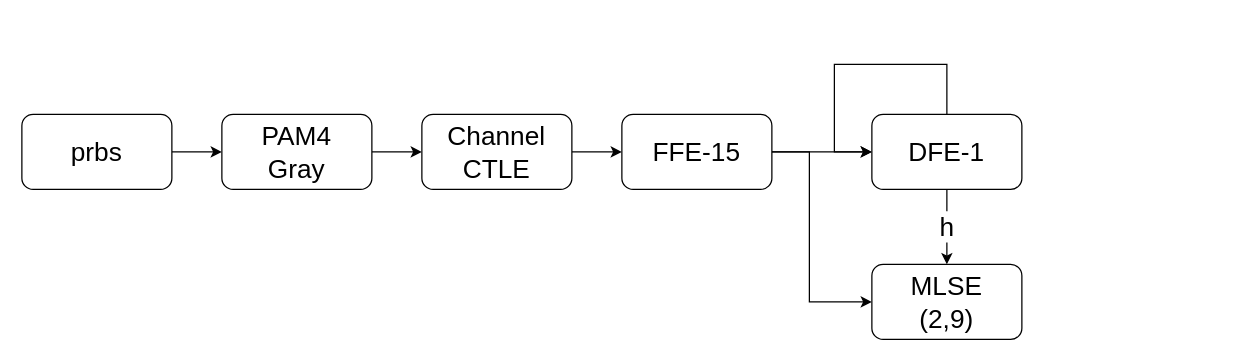
This is MLSE.drawio from jingshuig/matlab-for-pp, a draw.io file, before an edit. Source tidied: cells renumbered, new cells numbered last; positions are measured from the earlier drawing's top-left corner, leaving out a move shared by most shapes. Both pictures are drawn from the tidied source at 125%, with x=0, y=0 at pixel (21, 64).
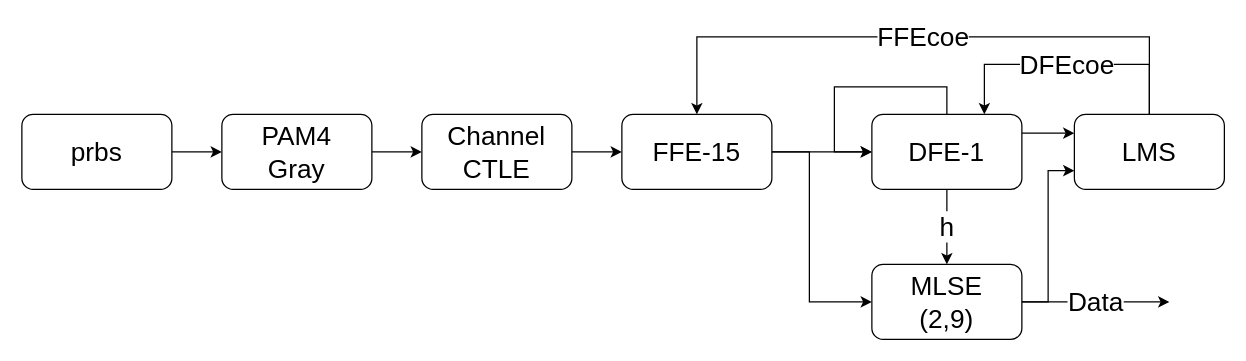
The same page after the edit.

Unchanged cells that the change refers to:
```xml
<mxCell id="4" value="FFE-15" style="rounded=1;whiteSpace=wrap;html=1;fontSize=21;" parent="1" vertex="1">
  <mxGeometry x="480" y="40" width="120" height="60" as="geometry" />
</mxCell>
<mxCell id="6" value="DFE-1" style="rounded=1;whiteSpace=wrap;html=1;fontSize=21;" parent="1" vertex="1">
  <mxGeometry x="680" y="40" width="120" height="60" as="geometry" />
</mxCell>
<mxCell id="7" value="MLSE&lt;br&gt;(2,9)" style="rounded=1;whiteSpace=wrap;html=1;fontSize=21;" parent="1" vertex="1">
  <mxGeometry x="680" y="160" width="120" height="60" as="geometry" />
</mxCell>
```

Change to the diagram source:
```diff
@@
+    <mxCell id="15" style="edgeStyle=orthogonalEdgeStyle;rounded=0;jettySize=auto;html=1;exitX=1;exitY=0.25;exitDx=0;exitDy=0;entryX=0;entryY=0.25;entryDx=0;entryDy=0;fontSize=21;" parent="1" edge="1" source="6" target="20">
+      <mxGeometry relative="1" as="geometry" />
+    </mxCell>
@@
+    <mxCell id="16" value="Data" style="edgeStyle=orthogonalEdgeStyle;rounded=0;jettySize=auto;html=1;exitX=1;exitY=0.5;exitDx=0;exitDy=0;fontSize=21;" parent="1" edge="1" source="7">
+      <mxGeometry relative="1" as="geometry">
+        <mxPoint x="918" y="190" as="targetPoint" />
+      </mxGeometry>
+    </mxCell>
+    <mxCell id="17" style="edgeStyle=orthogonalEdgeStyle;rounded=0;jettySize=auto;html=1;exitX=1;exitY=0.5;exitDx=0;exitDy=0;entryX=0;entryY=0.75;entryDx=0;entryDy=0;fontSize=21;" parent="1" edge="1" source="7" target="20">
+      <mxGeometry relative="1" as="geometry" />
+    </mxCell>
@@
     <mxCell id="8" style="edgeStyle=orthogonalEdgeStyle;rounded=0;orthogonalLoop=1;jettySize=auto;html=1;exitX=0.5;exitY=0;exitDx=0;exitDy=0;entryX=0;entryY=0.5;entryDx=0;entryDy=0;fontSize=21;" parent="1" edge="1" source="6" target="6">
       <mxGeometry relative="1" as="geometry">
         <Array as="points">
-          <mxPoint x="740" />
-          <mxPoint x="650" />
+          <mxPoint x="740" y="18" />
+          <mxPoint x="650" y="18" />
           <mxPoint x="650" y="70" />
         </Array>
       </mxGeometry>
     </mxCell>
@@
+    <mxCell id="18" value="FFEcoe" style="edgeStyle=orthogonalEdgeStyle;rounded=0;jettySize=auto;html=1;exitX=0.5;exitY=0;exitDx=0;exitDy=0;entryX=0.5;entryY=0;entryDx=0;entryDy=0;fontSize=21;" parent="1" edge="1" source="20" target="4">
+      <mxGeometry relative="1" as="geometry">
+        <Array as="points">
+          <mxPoint x="902" y="-22" />
+          <mxPoint x="540" y="-22" />
+        </Array>
+      </mxGeometry>
+    </mxCell>
+    <mxCell id="19" value="DFEcoe" style="edgeStyle=orthogonalEdgeStyle;rounded=0;jettySize=auto;html=1;exitX=0.5;exitY=0;exitDx=0;exitDy=0;entryX=0.75;entryY=0;entryDx=0;entryDy=0;fontSize=21;" parent="1" edge="1" source="20" target="6">
+      <mxGeometry relative="1" as="geometry">
+        <Array as="points">
+          <mxPoint x="902" />
+          <mxPoint x="770" />
+        </Array>
+      </mxGeometry>
+    </mxCell>
+    <mxCell id="20" value="LMS" style="rounded=1;whiteSpace=wrap;html=1;fontSize=21;" parent="1" vertex="1">
+      <mxGeometry x="842" y="40" width="120" height="60" as="geometry" />
+    </mxCell>
```
